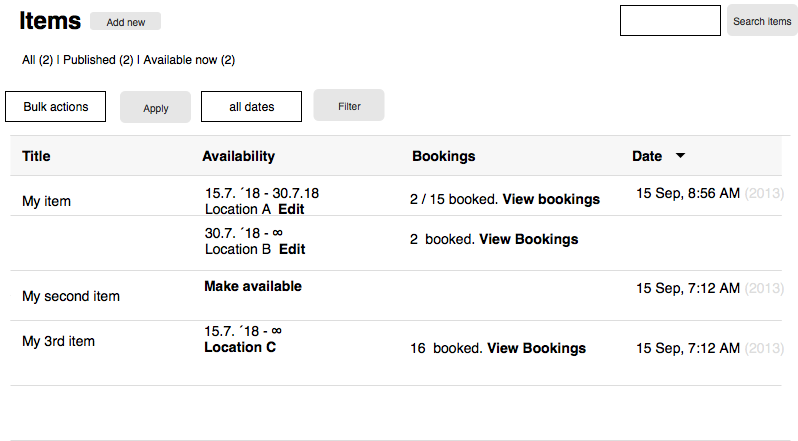
This is admin-item-list.png from flegfleg/commons-booking-2-wireframes, a draw.io export, as it was before one commit. Source tidied: cells renumbered, new cells last; positions are measured from the earlier drawing's top-left corner, leaving out a move shared by most shapes.
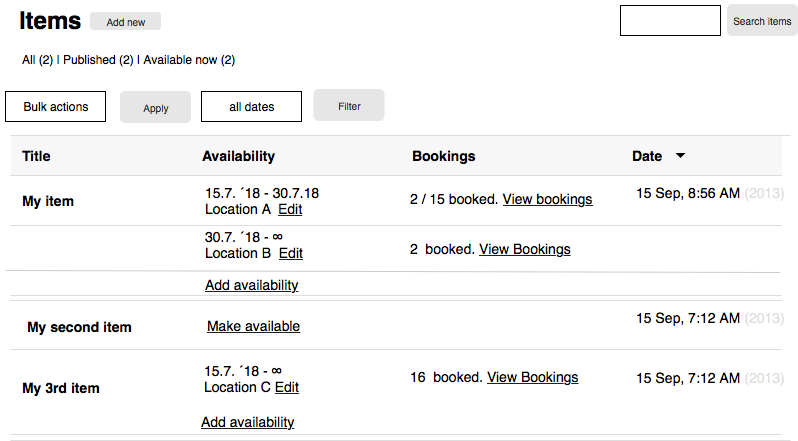
After the change.

The edit, as a diff of the source:
```diff
@@ -39,16 +39,16 @@
       </mxGeometry>
     </mxCell>
     <mxCell id="10" style="strokeColor=inherit;fillColor=inherit;gradientColor=inherit;html=1;shadow=0;dashed=0;shape=mxgraph.bootstrap.horLines;" parent="3" vertex="1">
-      <mxGeometry width="771.33" height="120" relative="1" as="geometry">
+      <mxGeometry width="771.33" height="130" relative="1" as="geometry">
         <mxPoint y="40" as="offset" />
       </mxGeometry>
     </mxCell>
-    <mxCell id="11" value="My item&lt;br&gt;" style="html=1;shadow=0;dashed=0;shape=mxgraph.bootstrap.rect;strokeColor=none;fillColor=none;fontSize=14;align=left;whiteSpace=wrap;" parent="10" vertex="1">
+    <mxCell id="11" value="&lt;b&gt;My item&lt;/b&gt;&lt;br&gt;" style="html=1;shadow=0;dashed=0;shape=mxgraph.bootstrap.rect;strokeColor=none;fillColor=none;fontSize=14;align=left;whiteSpace=wrap;" parent="10" vertex="1">
       <mxGeometry width="150" height="50" relative="1" as="geometry">
         <mxPoint x="10" as="offset" />
       </mxGeometry>
     </mxCell>
-    <mxCell id="12" value="&lt;br&gt;2 / 15 booked. &lt;b&gt;View bookings&lt;/b&gt;&lt;br&gt;" style="html=1;shadow=0;dashed=0;shape=mxgraph.bootstrap.rect;strokeColor=none;fillColor=none;fontSize=14;align=left;overflow=fill;whiteSpace=wrap;" parent="10" vertex="1">
+    <mxCell id="12" value="&lt;br&gt;2 / 15 booked. &lt;u&gt;View bookings&lt;/u&gt;&lt;br&gt;" style="html=1;shadow=0;dashed=0;shape=mxgraph.bootstrap.rect;strokeColor=none;fillColor=none;fontSize=14;align=left;overflow=fill;whiteSpace=wrap;" parent="10" vertex="1">
       <mxGeometry width="210" height="50" relative="1" as="geometry">
         <mxPoint x="400" as="offset" />
       </mxGeometry>
@@ -58,34 +58,34 @@
         <mxPoint x="620" as="offset" />
       </mxGeometry>
     </mxCell>
-    <mxCell id="14" value="&lt;table cellpadding=&quot;0&quot; cellspacing=&quot;0&quot; style=&quot;width: 100% ; height: 100%&quot;&gt;&lt;tbody&gt;&lt;tr&gt;&lt;td align=&quot;left&quot; valign=&quot;middle&quot; width=&quot;50%&quot;&gt;15.7. ´18 - 30.7.18 Location A &amp;nbsp;&lt;b&gt;Edit&lt;/b&gt;&lt;/td&gt;&lt;/tr&gt;&lt;/tbody&gt;&lt;/table&gt;" style="html=1;shadow=0;dashed=0;shape=mxgraph.bootstrap.rect;strokeColor=none;fillColor=none;fontSize=14;align=left;overflow=fill;whiteSpace=wrap;" parent="10" vertex="1">
+    <mxCell id="14" value="&lt;table cellpadding=&quot;0&quot; cellspacing=&quot;0&quot; style=&quot;width: 100% ; height: 100%&quot;&gt;&lt;tbody&gt;&lt;tr&gt;&lt;td align=&quot;left&quot; valign=&quot;middle&quot; width=&quot;50%&quot;&gt;15.7. ´18 - 30.7.18 Location A &amp;nbsp;&lt;u&gt;Edit&lt;/u&gt;&lt;/td&gt;&lt;/tr&gt;&lt;/tbody&gt;&lt;/table&gt;" style="html=1;shadow=0;dashed=0;shape=mxgraph.bootstrap.rect;strokeColor=none;fillColor=none;fontSize=14;align=left;overflow=fill;whiteSpace=wrap;" parent="10" vertex="1">
       <mxGeometry width="150" height="50" relative="1" as="geometry">
         <mxPoint x="195" as="offset" />
       </mxGeometry>
     </mxCell>
     <mxCell id="15" style="strokeColor=inherit;fillColor=inherit;gradientColor=inherit;html=1;shadow=0;dashed=0;shape=mxgraph.bootstrap.horLines;" parent="10" vertex="1">
-      <mxGeometry y="40" width="771.3" height="80" as="geometry">
+      <mxGeometry y="50" width="771" height="70" as="geometry">
         <mxPoint y="40" as="offset" />
       </mxGeometry>
     </mxCell>
-    <mxCell id="16" value="&lt;br&gt;2 &amp;nbsp;booked. &lt;b&gt;View Bookings&lt;/b&gt;&lt;br&gt;" style="html=1;shadow=0;dashed=0;shape=mxgraph.bootstrap.rect;strokeColor=none;fillColor=none;fontSize=14;align=left;overflow=fill;whiteSpace=wrap;" parent="15" vertex="1">
-      <mxGeometry width="210" height="50" relative="1" as="geometry">
+    <mxCell id="16" value="&lt;br&gt;2 &amp;nbsp;booked. &lt;u&gt;View Bookings&lt;/u&gt;&lt;br&gt;" style="html=1;shadow=0;dashed=0;shape=mxgraph.bootstrap.rect;strokeColor=none;fillColor=none;fontSize=14;align=left;overflow=fill;whiteSpace=wrap;" parent="15" vertex="1">
+      <mxGeometry width="210" height="43.75" relative="1" as="geometry">
         <mxPoint x="400" as="offset" />
       </mxGeometry>
     </mxCell>
-    <mxCell id="17" value="&lt;table cellpadding=&quot;0&quot; cellspacing=&quot;0&quot; style=&quot;width: 100% ; height: 100%&quot;&gt;&lt;tbody&gt;&lt;tr&gt;&lt;td align=&quot;left&quot; valign=&quot;middle&quot; width=&quot;50%&quot;&gt;30.7. ´18 - ∞ &lt;br&gt;Location B &amp;nbsp;&lt;b&gt;Edit&lt;/b&gt;&lt;/td&gt;&lt;/tr&gt;&lt;/tbody&gt;&lt;/table&gt;" style="html=1;shadow=0;dashed=0;shape=mxgraph.bootstrap.rect;strokeColor=none;fillColor=none;fontSize=14;align=left;overflow=fill;whiteSpace=wrap;" parent="15" vertex="1">
-      <mxGeometry width="150" height="50" relative="1" as="geometry">
+    <mxCell id="17" value="&lt;table cellpadding=&quot;0&quot; cellspacing=&quot;0&quot; style=&quot;width: 100% ; height: 100%&quot;&gt;&lt;tbody&gt;&lt;tr&gt;&lt;td align=&quot;left&quot; valign=&quot;middle&quot; width=&quot;50%&quot;&gt;30.7. ´18 - ∞ &lt;br&gt;Location B &amp;nbsp;&lt;u&gt;Edit&lt;br&gt;&lt;br&gt;&lt;/u&gt;&lt;u&gt;Add availability&lt;/u&gt;&lt;br&gt;&lt;/td&gt;&lt;/tr&gt;&lt;/tbody&gt;&lt;/table&gt;" style="html=1;shadow=0;dashed=0;shape=mxgraph.bootstrap.rect;strokeColor=none;fillColor=none;fontSize=14;align=left;overflow=fill;whiteSpace=wrap;" parent="15" vertex="1">
+      <mxGeometry width="150" height="70" relative="1" as="geometry">
         <mxPoint x="195" as="offset" />
       </mxGeometry>
     </mxCell>
     <mxCell id="18" style="strokeColor=inherit;fillColor=inherit;gradientColor=inherit;html=1;shadow=0;dashed=0;shape=mxgraph.bootstrap.horLines;" parent="15" vertex="1">
-      <mxGeometry width="771.33" height="50" relative="1" as="geometry">
-        <mxPoint y="55" as="offset" />
+      <mxGeometry width="771" height="50" relative="1" as="geometry">
+        <mxPoint y="75" as="offset" />
       </mxGeometry>
     </mxCell>
-    <mxCell id="19" value="My second item&lt;br&gt;" style="html=1;shadow=0;dashed=0;shape=mxgraph.bootstrap.rect;strokeColor=none;fillColor=none;fontSize=14;align=left;whiteSpace=wrap;" parent="18" vertex="1">
+    <mxCell id="19" value="&lt;b&gt;My second item&lt;/b&gt;&lt;br&gt;" style="html=1;shadow=0;dashed=0;shape=mxgraph.bootstrap.rect;strokeColor=none;fillColor=none;fontSize=14;align=left;whiteSpace=wrap;" parent="18" vertex="1">
       <mxGeometry width="150" height="50" relative="1" as="geometry">
-        <mxPoint x="10" as="offset" />
+        <mxPoint x="15" y="1" as="offset" />
       </mxGeometry>
     </mxCell>
     <mxCell id="20" value="&lt;table cellpadding=&quot;0&quot; cellspacing=&quot;0&quot; style=&quot;width:100%;height:100%;&quot;&gt;&lt;tr&gt;&lt;td align=&quot;center&quot; valign=&quot;middle&quot; width=&quot;50%&quot;&gt;15 Sep, 7:12 AM &lt;font color=&quot;#dddddd&quot;&gt;(2013)&lt;br&gt;&lt;br&gt;&lt;/font&gt;&lt;/td&gt;&lt;/tr&gt;&lt;/table&gt;" style="html=1;shadow=0;dashed=0;shape=mxgraph.bootstrap.rect;strokeColor=none;fillColor=none;fontSize=14;align=left;overflow=fill;whiteSpace=wrap;" parent="18" vertex="1">
@@ -93,33 +93,39 @@
         <mxPoint x="620" as="offset" />
       </mxGeometry>
     </mxCell>
-    <mxCell id="21" value="&lt;table&gt;&lt;tbody&gt;&lt;tr&gt;&lt;td align=&quot;left&quot; valign=&quot;middle&quot;&gt;&lt;b&gt;Make available&lt;/b&gt;&lt;/td&gt;&lt;/tr&gt;&lt;/tbody&gt;&lt;/table&gt;" style="html=1;shadow=0;dashed=0;shape=mxgraph.bootstrap.rect;strokeColor=none;fillColor=none;fontSize=14;align=left;overflow=fill;whiteSpace=wrap;" parent="18" vertex="1">
-      <mxGeometry y="5" width="130" height="41" as="geometry">
-        <mxPoint x="191" as="offset" />
+    <mxCell id="21" value="&lt;u&gt;Make available&lt;/u&gt;&lt;br&gt;" style="html=1;shadow=0;dashed=0;shape=mxgraph.bootstrap.rect;strokeColor=none;fillColor=none;fontSize=14;align=left;whiteSpace=wrap;" parent="18" vertex="1">
+      <mxGeometry x="180" y="-1" width="119" height="50" as="geometry">
+        <mxPoint x="15" y="1" as="offset" />
       </mxGeometry>
     </mxCell>
+    <mxCell id="36" style="endArrow=none;html=1;strokeColor=#CCCCCC;" parent="15" edge="1">
+      <mxGeometry relative="1" as="geometry">
+        <mxPoint x="-5" y="45" as="sourcePoint" />
+        <mxPoint x="770" y="47" as="targetPoint" />
+      </mxGeometry>
+    </mxCell>
     <mxCell id="22" style="strokeColor=inherit;fillColor=inherit;gradientColor=inherit;html=1;shadow=0;dashed=0;shape=mxgraph.bootstrap.horLines;" parent="3" vertex="1">
-      <mxGeometry y="185" width="771" height="65" as="geometry">
+      <mxGeometry y="214" width="771" height="85" as="geometry">
         <mxPoint y="40" as="offset" />
       </mxGeometry>
     </mxCell>
-    <mxCell id="23" value="16 &amp;nbsp;booked. &lt;b&gt;View Bookings&lt;/b&gt;&lt;br&gt;" style="html=1;shadow=0;dashed=0;shape=mxgraph.bootstrap.rect;strokeColor=none;fillColor=none;fontSize=14;align=left;overflow=fill;whiteSpace=wrap;" parent="22" vertex="1">
-      <mxGeometry width="210" height="24.38" relative="1" as="geometry">
+    <mxCell id="23" value="16 &amp;nbsp;booked. &lt;u&gt;View Bookings&lt;/u&gt;&lt;br&gt;" style="html=1;shadow=0;dashed=0;shape=mxgraph.bootstrap.rect;strokeColor=none;fillColor=none;fontSize=14;align=left;overflow=fill;whiteSpace=wrap;" parent="22" vertex="1">
+      <mxGeometry width="210" height="31.88" relative="1" as="geometry">
         <mxPoint x="400" y="20" as="offset" />
       </mxGeometry>
     </mxCell>
-    <mxCell id="24" value="&lt;table&gt;&lt;tbody&gt;&lt;tr&gt;&lt;td align=&quot;left&quot; valign=&quot;middle&quot;&gt;15.7. ´18 - ∞&lt;br&gt;&lt;b&gt;Location C &amp;nbsp;&lt;/b&gt;&lt;/td&gt;&lt;/tr&gt;&lt;/tbody&gt;&lt;/table&gt;" style="html=1;shadow=0;dashed=0;shape=mxgraph.bootstrap.rect;strokeColor=none;fillColor=none;fontSize=14;align=left;overflow=fill;whiteSpace=wrap;" parent="22" vertex="1">
-      <mxGeometry width="150" height="40.62" relative="1" as="geometry">
-        <mxPoint x="191" as="offset" />
+    <mxCell id="24" value="&lt;table&gt;&lt;tbody&gt;&lt;tr&gt;&lt;td align=&quot;left&quot; valign=&quot;middle&quot;&gt;15.7. ´18 - ∞&lt;br&gt;Location C &lt;u&gt;Edit&lt;/u&gt;&lt;/td&gt;&lt;/tr&gt;&lt;/tbody&gt;&lt;/table&gt;&lt;br&gt;&lt;u&gt;Add availability&lt;/u&gt;&lt;br&gt;&lt;br&gt;" style="html=1;shadow=0;dashed=0;shape=mxgraph.bootstrap.rect;strokeColor=none;fillColor=none;fontSize=14;align=left;overflow=fill;whiteSpace=wrap;" parent="22" vertex="1">
+      <mxGeometry width="150" height="80" relative="1" as="geometry">
+        <mxPoint x="191" y="11" as="offset" />
       </mxGeometry>
     </mxCell>
-    <mxCell id="25" value="My 3rd item&lt;br&gt;" style="html=1;shadow=0;dashed=0;shape=mxgraph.bootstrap.rect;strokeColor=none;fillColor=none;fontSize=14;align=left;whiteSpace=wrap;" parent="22" vertex="1">
-      <mxGeometry width="150" height="40.62" relative="1" as="geometry">
-        <mxPoint x="10" as="offset" />
+    <mxCell id="25" value="&lt;b&gt;My 3rd item&lt;/b&gt;&lt;br&gt;" style="html=1;shadow=0;dashed=0;shape=mxgraph.bootstrap.rect;strokeColor=none;fillColor=none;fontSize=14;align=left;whiteSpace=wrap;" parent="22" vertex="1">
+      <mxGeometry width="150" height="53.12" relative="1" as="geometry">
+        <mxPoint x="10" y="11" as="offset" />
       </mxGeometry>
     </mxCell>
     <mxCell id="26" value="&lt;table cellpadding=&quot;0&quot; cellspacing=&quot;0&quot; style=&quot;width:100%;height:100%;&quot;&gt;&lt;tr&gt;&lt;td align=&quot;center&quot; valign=&quot;middle&quot; width=&quot;50%&quot;&gt;15 Sep, 7:12 AM &lt;font color=&quot;#dddddd&quot;&gt;(2013)&lt;br&gt;&lt;br&gt;&lt;/font&gt;&lt;/td&gt;&lt;/tr&gt;&lt;/table&gt;" style="html=1;shadow=0;dashed=0;shape=mxgraph.bootstrap.rect;strokeColor=none;fillColor=none;fontSize=14;align=left;overflow=fill;whiteSpace=wrap;" parent="22" vertex="1">
-      <mxGeometry width="160" height="24.38" relative="1" as="geometry">
+      <mxGeometry width="160" height="31.88" relative="1" as="geometry">
         <mxPoint x="620" y="20" as="offset" />
       </mxGeometry>
     </mxCell>
```
